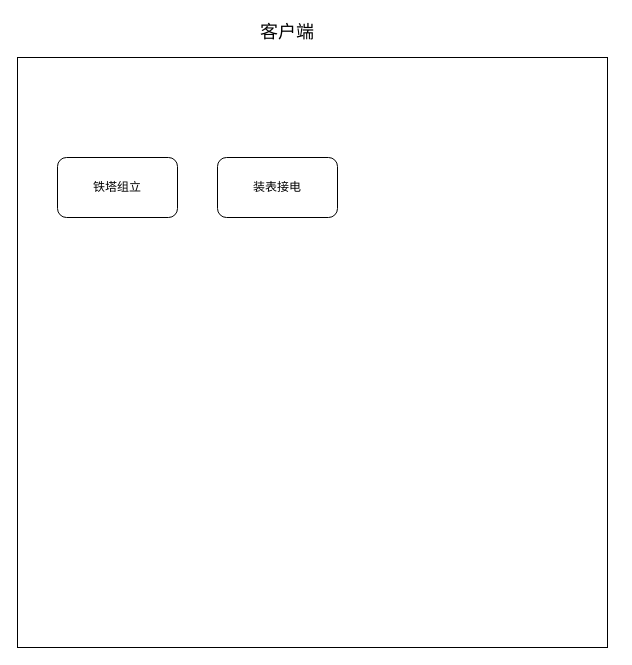
xzp3094997376/DrawIO keeps this draw.io diagram as Project/集控Pico 企业版.drawio. Above is the earlier version. Source tidied: cells renumbered, new cells numbered last; positions are measured from the earlier drawing's top-left corner, leaving out a move shared by most shapes. Both pictures are drawn from the tidied source at 100%, with x=0, y=0 at pixel (17, 17).
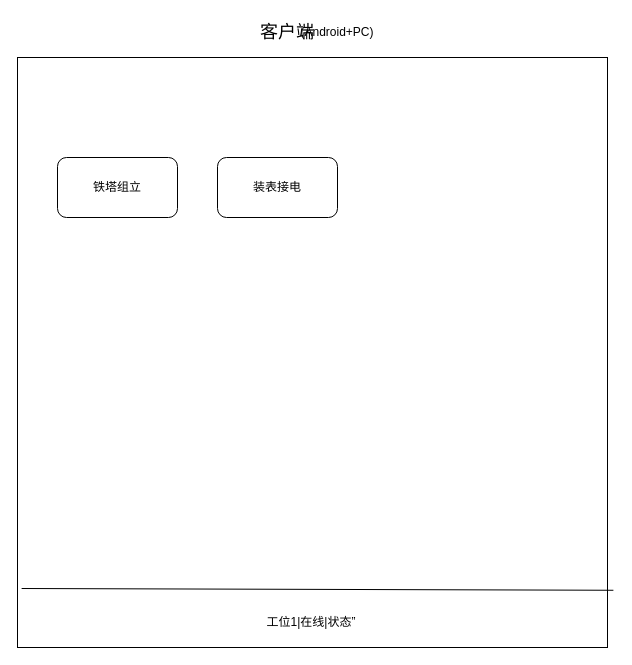
After the change.

Commit message:
更新集控Pico 企业版.drawio

Diff of the diagram source:
```diff
@@
 <mxGraphModel>
   <root>
     <mxCell id="0" />
     <mxCell id="1" parent="0" />
     <mxCell id="2" style="whiteSpace=wrap;html=1;" parent="1" vertex="1">
       <mxGeometry y="40" width="590" height="590" as="geometry" />
     </mxCell>
     <mxCell id="3" value="&lt;font style=&quot;font-size: 18px;&quot;&gt;客户端&lt;/font&gt;" style="text;html=1;whiteSpace=wrap;strokeColor=none;fillColor=none;align=center;verticalAlign=middle;rounded=0;" parent="1" vertex="1">
       <mxGeometry x="240" width="60" height="30" as="geometry" />
     </mxCell>
     <mxCell id="4" value="铁塔组立" style="rounded=1;whiteSpace=wrap;html=1;" parent="1" vertex="1">
       <mxGeometry x="40" y="140" width="120" height="60" as="geometry" />
     </mxCell>
     <mxCell id="5" value="装表接电" style="rounded=1;whiteSpace=wrap;html=1;" parent="1" vertex="1">
       <mxGeometry x="200" y="140" width="120" height="60" as="geometry" />
     </mxCell>
+    <mxCell id="6" value="(Android+PC)" style="text;html=1;whiteSpace=wrap;strokeColor=none;fillColor=none;align=center;verticalAlign=middle;rounded=0;" parent="1" vertex="1">
+      <mxGeometry x="290" width="60" height="30" as="geometry" />
+    </mxCell>
+    <mxCell id="7" style="endArrow=none;html=1;rounded=0;exitX=0.007;exitY=0.9;exitDx=0;exitDy=0;exitPerimeter=0;entryX=1.01;entryY=0.903;entryDx=0;entryDy=0;entryPerimeter=0;" parent="1" edge="1" source="2" target="2">
+      <mxGeometry relative="1" as="geometry" />
+    </mxCell>
+    <mxCell id="8" value="工位1|在线|状态”" style="text;html=1;whiteSpace=wrap;strokeColor=none;fillColor=none;align=center;verticalAlign=middle;rounded=0;" parent="1" vertex="1">
+      <mxGeometry x="231" y="590" width="126" height="30" as="geometry" />
+    </mxCell>
   </root>
 </mxGraphModel>
```
